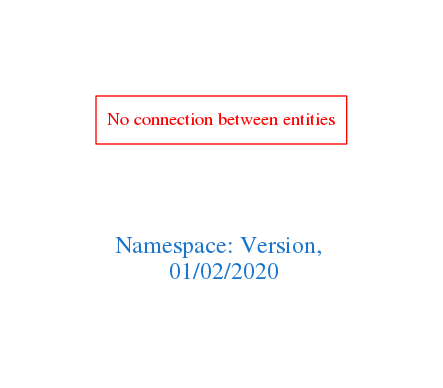
The Graphviz diagram downloads/Version.png in arago/OGIT, before a commit. Its source is kept beside it as downloads/Version.dot.
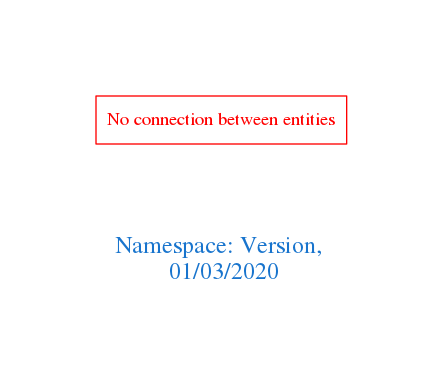
Above is the later version.

The edit, as a diff of the source:
```diff
@@ -1,7 +1,7 @@
 digraph OGIT_ontology {
  graph [ rankdir= LR,pad=1
 fontsize = 18,
-fontcolor= dodgerblue3,label = "\n\n\nNamespace: Version, \n 01/02/2020"];
+fontcolor= dodgerblue3,label = "\n\n\nNamespace: Version, \n 01/03/2020"];
 node[shape=polygon];
 edge [  color="gray81"];
 
```
